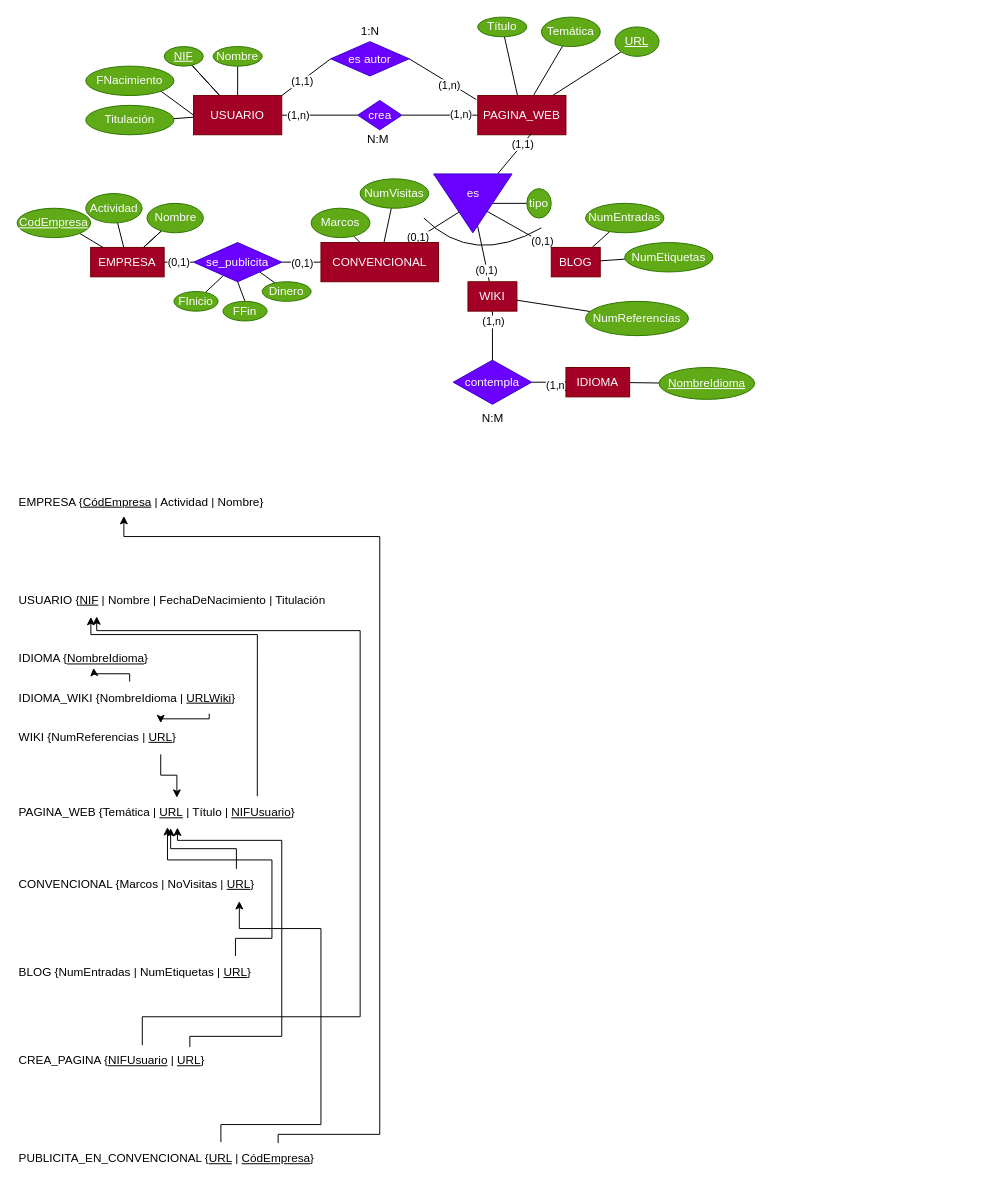
This is page "Ejercicio 9" (2 of 3) of Ejercicio8-9-10.drawio from antonionavarro04/diagramas, a draw.io file, before an edit. Source tidied: cells renumbered, new cells numbered last; positions are measured from the earlier drawing's top-left corner, leaving out a move shared by most shapes. Both pictures are drawn from the tidied source at 98%, with x=0, y=0 at pixel (17, 17).
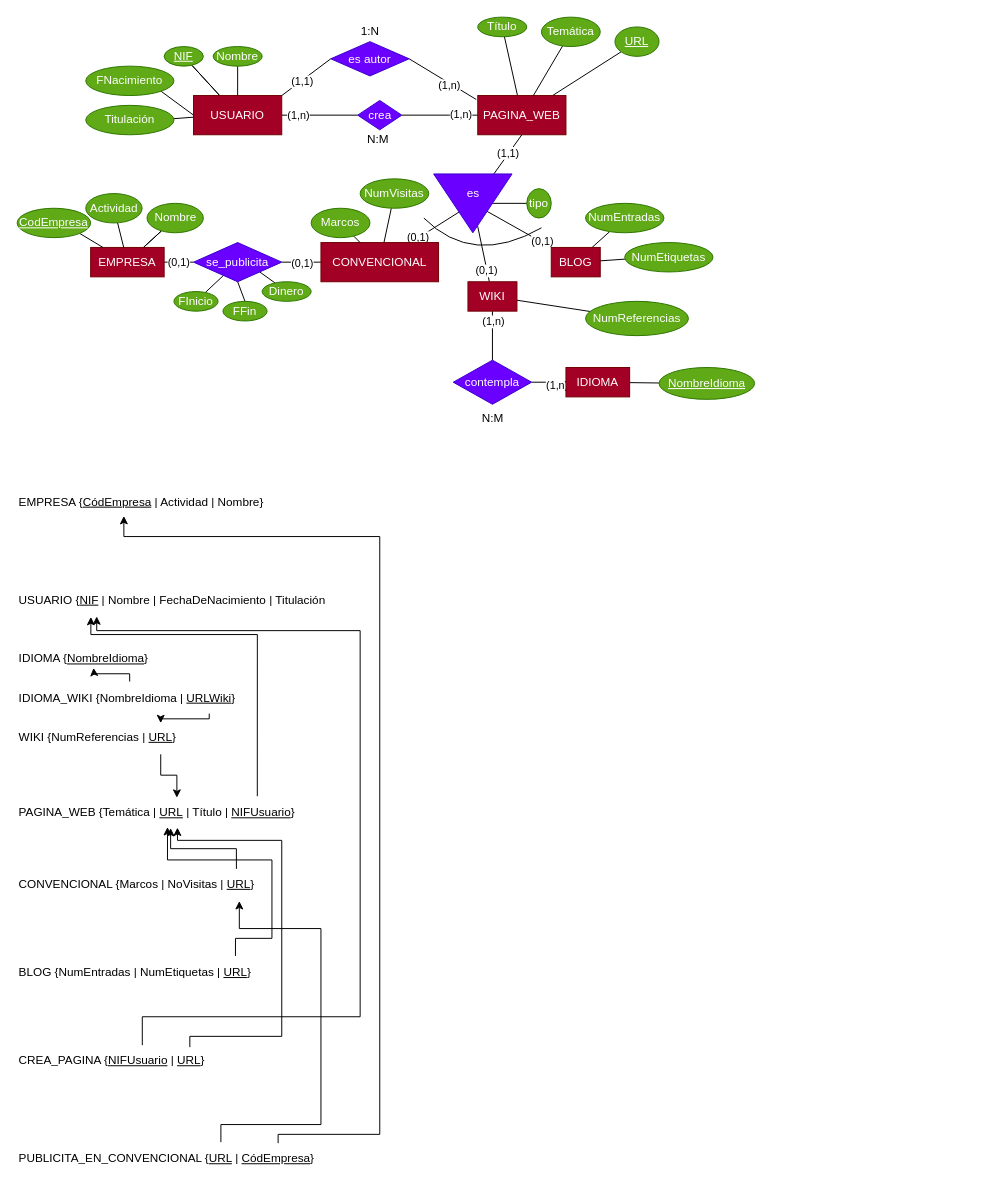
The same diagram, later.

The change refers to these unchanged cells:
```xml
<mxCell id="18" value="PAGINA_WEB" style="whiteSpace=wrap;html=1;fillColor=#a20025;fontColor=#ffffff;strokeColor=#6F0000;" parent="1" vertex="1">
  <mxGeometry x="470" y="80" width="90" height="40" as="geometry" />
</mxCell>
<mxCell id="30" style="triangle;whiteSpace=wrap;html=1;rotation=90;fillColor=#6a00ff;fontColor=#ffffff;strokeColor=#3700CC;" parent="1" vertex="1">
  <mxGeometry x="435" y="150" width="60" height="80" as="geometry" />
</mxCell>
```

What changed in the source:
```diff
@@
-    <mxCell id="23" style="edgeStyle=none;rounded=0;jettySize=auto;html=1;endArrow=none;endFill=0;exitX=0.611;exitY=0.963;exitDx=0;exitDy=0;exitPerimeter=0;" parent="1" edge="1" source="18" target="30">
+    <mxCell id="23" style="edgeStyle=none;rounded=0;jettySize=auto;html=1;endArrow=none;endFill=0;exitX=0.5;exitY=1;exitDx=0;exitDy=0;" parent="1" edge="1" source="18" target="30">
       <mxGeometry relative="1" as="geometry" />
     </mxCell>
     <mxCell id="24" value="(1,1)" style="edgeLabel;html=1;align=center;verticalAlign=middle;" parent="23" vertex="1">
       <mxGeometry x="-0.82" y="-1" relative="1" as="geometry">
-        <mxPoint x="-6" y="8" as="offset" />
+        <mxPoint x="-11" y="16" as="offset" />
       </mxGeometry>
     </mxCell>
```
